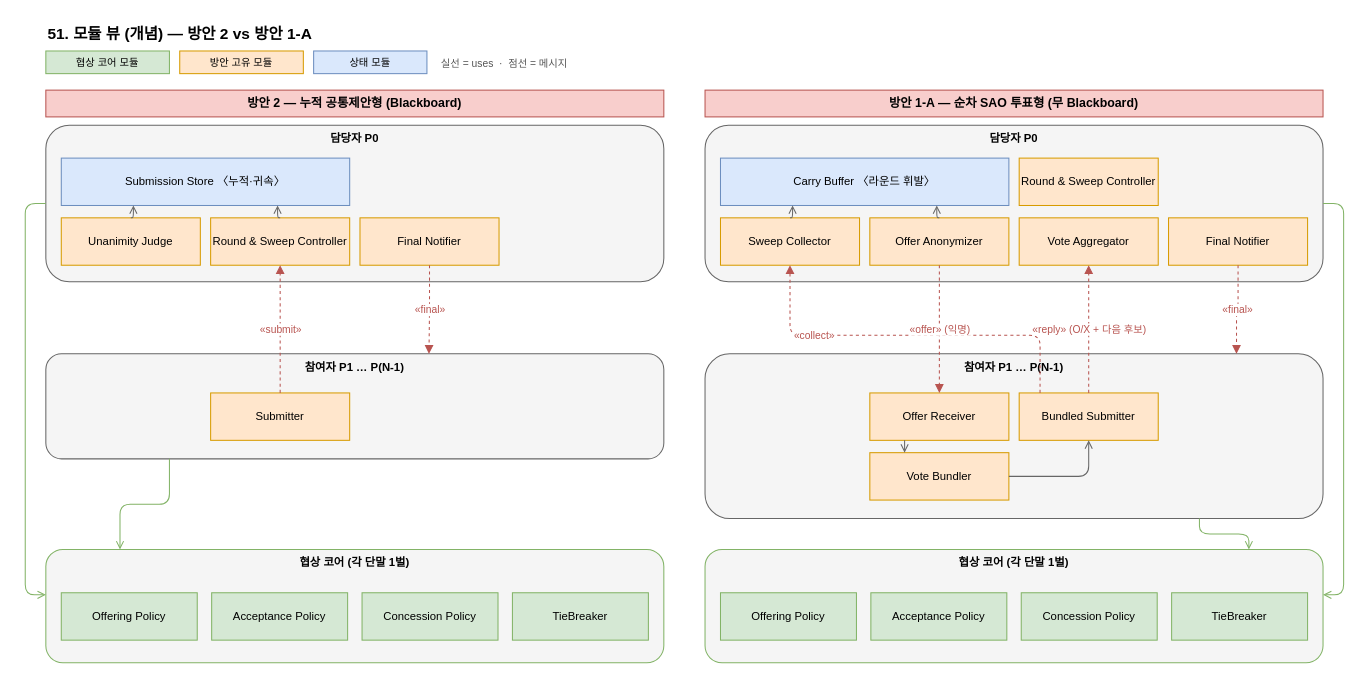
The draw.io diagram docs/changbae/drawio/51-모듈뷰-개념-방안2-방안1A.drawio in Sunwoo-Nam/architect-teamproject, before the edit. Source tidied: cells renumbered, new cells numbered last; positions are measured from the earlier drawing's top-left corner, leaving out a move shared by most shapes. Both pictures are drawn from the tidied source at 103%, with x=0, y=0 at pixel (25, 18).
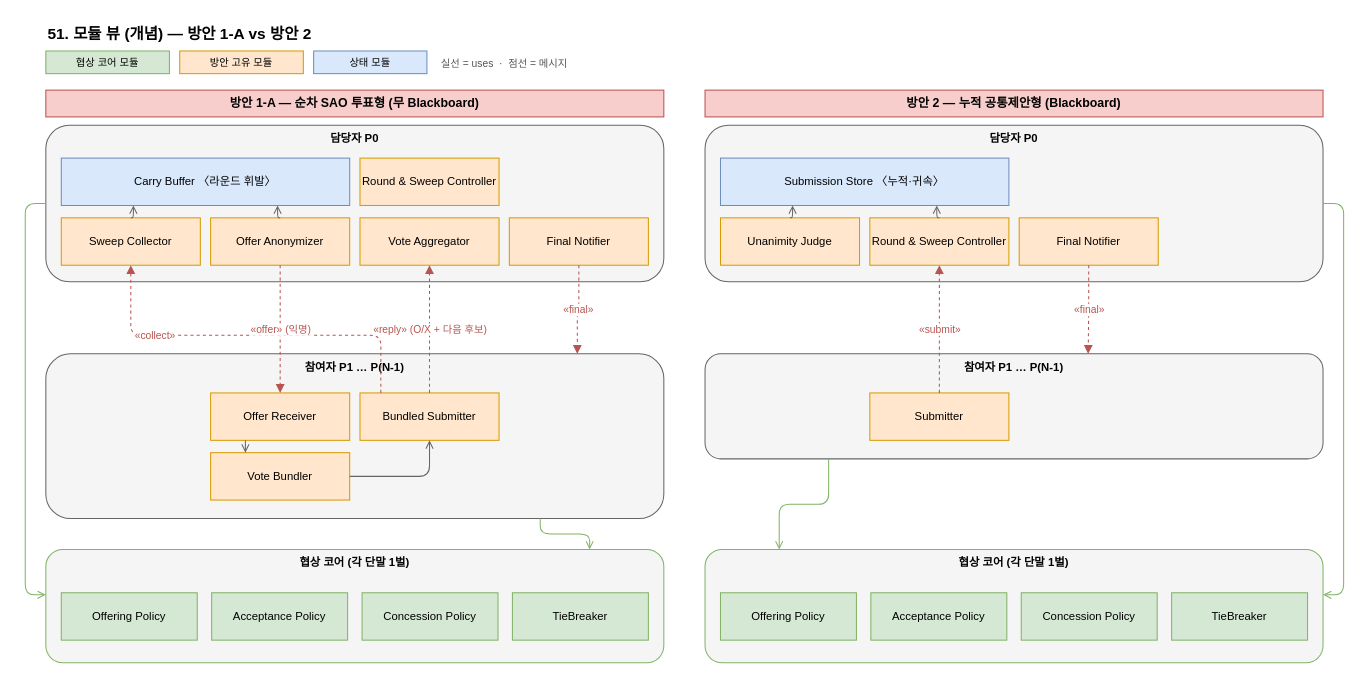
After the change.

The change refers to these unchanged cells:
```xml
<mxCell id="24" value="Sweep Collector" style="rounded=0;whiteSpace=wrap;html=1;fillColor=#ffe6cc;strokeColor=#d79b00;fontSize=11;" parent="21" vertex="1">
  <mxGeometry x="15" y="90" width="135" height="46" as="geometry" />
</mxCell>
<mxCell id="30" value="Bundled Submitter" style="rounded=0;whiteSpace=wrap;html=1;fillColor=#ffe6cc;strokeColor=#d79b00;fontSize=11;" parent="28" vertex="1">
  <mxGeometry x="305" y="38" width="135" height="46" as="geometry" />
</mxCell>
```

What changed in the source:
```diff
@@
-    <mxCell id="2" value="51. 모듈 뷰 (개념) — 방안 2 vs 방안 1-A" style="text;html=1;fontSize=15;fontStyle=1;align=left;" parent="1" vertex="1">
+    <mxCell id="2" value="51. 모듈 뷰 (개념) — 방안 1-A vs 방안 2" style="text;html=1;fontSize=15;fontStyle=1;align=left;" parent="1" vertex="1">
       <mxGeometry x="20" width="600" height="26" as="geometry" />
     </mxCell>
@@
     <mxCell id="7" value="방안 2 — 누적 공통제안형 (Blackboard)" style="rounded=0;whiteSpace=wrap;html=1;fillColor=#f8cecc;strokeColor=#b85450;fontStyle=1;fontSize=12;" parent="1" vertex="1">
-      <mxGeometry x="20" y="70" width="600" height="26" as="geometry" />
+      <mxGeometry x="660" y="70" width="600" height="26" as="geometry" />
     </mxCell>
     <mxCell id="8" value="담당자 P0" style="rounded=1;whiteSpace=wrap;html=1;verticalAlign=top;fontStyle=1;fontSize=11;fillColor=#f5f5f5;strokeColor=#666666;" parent="1" vertex="1">
-      <mxGeometry x="20" y="104" width="600" height="152" as="geometry" />
+      <mxGeometry x="660" y="104" width="600" height="152" as="geometry" />
     </mxCell>
@@
     <mxCell id="13" value="참여자 P1 … P(N-1)" style="rounded=1;whiteSpace=wrap;html=1;verticalAlign=top;fontStyle=1;fontSize=11;fillColor=#f5f5f5;strokeColor=#666666;" parent="1" vertex="1">
-      <mxGeometry x="20" y="326" width="600" height="102" as="geometry" />
+      <mxGeometry x="660" y="326" width="600" height="102" as="geometry" />
     </mxCell>
@@
     <mxCell id="15" value="협상 코어 (각 단말 1벌)" style="rounded=1;whiteSpace=wrap;html=1;verticalAlign=top;fontStyle=1;fontSize=11;fillColor=#f5f5f5;strokeColor=#82b366;" parent="1" vertex="1">
-      <mxGeometry x="20" y="516" width="600" height="110" as="geometry" />
+      <mxGeometry x="660" y="516" width="600" height="110" as="geometry" />
     </mxCell>
@@
     <mxCell id="20" value="방안 1-A — 순차 SAO 투표형 (무 Blackboard)" style="rounded=0;whiteSpace=wrap;html=1;fillColor=#f8cecc;strokeColor=#b85450;fontStyle=1;fontSize=12;" parent="1" vertex="1">
-      <mxGeometry x="660" y="70" width="600" height="26" as="geometry" />
+      <mxGeometry x="20" y="70" width="600" height="26" as="geometry" />
     </mxCell>
     <mxCell id="21" value="담당자 P0" style="rounded=1;whiteSpace=wrap;html=1;verticalAlign=top;fontStyle=1;fontSize=11;fillColor=#f5f5f5;strokeColor=#666666;" parent="1" vertex="1">
-      <mxGeometry x="660" y="104" width="600" height="152" as="geometry" />
+      <mxGeometry x="20" y="104" width="600" height="152" as="geometry" />
     </mxCell>
@@
     <mxCell id="28" value="참여자 P1 … P(N-1)" style="rounded=1;whiteSpace=wrap;html=1;verticalAlign=top;fontStyle=1;fontSize=11;fillColor=#f5f5f5;strokeColor=#666666;" parent="1" vertex="1">
-      <mxGeometry x="660" y="326" width="600" height="160" as="geometry" />
+      <mxGeometry x="20" y="326" width="600" height="160" as="geometry" />
     </mxCell>
@@
     <mxCell id="32" value="협상 코어 (각 단말 1벌)" style="rounded=1;whiteSpace=wrap;html=1;verticalAlign=top;fontStyle=1;fontSize=11;fillColor=#f5f5f5;strokeColor=#82b366;" parent="1" vertex="1">
-      <mxGeometry x="660" y="516" width="600" height="110" as="geometry" />
+      <mxGeometry x="20" y="516" width="600" height="110" as="geometry" />
     </mxCell>
@@
     <mxCell id="39" value="«collect»" style="edgeStyle=orthogonalEdgeStyle;html=1;dashed=1;endArrow=block;strokeColor=#b85450;fontSize=10;fontColor=#b85450;exitX=0.15;exitY=0;exitDx=0;exitDy=0;entryX=0.5;entryY=1;entryDx=0;entryDy=0;" parent="1" edge="1" source="30" target="24">
       <mxGeometry x="0.5" relative="1" as="geometry">
         <Array as="points">
-          <mxPoint x="985" y="308" />
-          <mxPoint x="742" y="308" />
+          <mxPoint x="345" y="308" />
+          <mxPoint x="102" y="308" />
         </Array>
       </mxGeometry>
     </mxCell>
@@
-    <mxCell id="49" style="edgeStyle=orthogonalEdgeStyle;html=1;endArrow=open;strokeColor=#82b366;exitX=0;exitY=0.5;exitDx=0;exitDy=0;entryX=0;entryY=0.4;entryDx=0;entryDy=0;" parent="1" edge="1" source="8" target="15">
+    <mxCell id="49" style="edgeStyle=orthogonalEdgeStyle;html=1;endArrow=open;strokeColor=#82b366;exitX=1;exitY=0.5;exitDx=0;exitDy=0;entryX=1;entryY=0.4;entryDx=0;entryDy=0;" parent="1" edge="1" source="8" target="15">
       <mxGeometry relative="1" as="geometry">
         <Array as="points">
-          <mxPoint y="180" />
-          <mxPoint y="560" />
+          <mxPoint x="1280" y="180" />
+          <mxPoint x="1280" y="560" />
         </Array>
       </mxGeometry>
     </mxCell>
@@
-    <mxCell id="51" style="edgeStyle=orthogonalEdgeStyle;html=1;endArrow=open;strokeColor=#82b366;exitX=1;exitY=0.5;exitDx=0;exitDy=0;entryX=1;entryY=0.4;entryDx=0;entryDy=0;" parent="1" edge="1" source="21" target="32">
+    <mxCell id="51" style="edgeStyle=orthogonalEdgeStyle;html=1;endArrow=open;strokeColor=#82b366;exitX=0;exitY=0.5;exitDx=0;exitDy=0;entryX=0;entryY=0.4;entryDx=0;entryDy=0;" parent="1" edge="1" source="21" target="32">
       <mxGeometry relative="1" as="geometry">
         <Array as="points">
-          <mxPoint x="1280" y="180" />
-          <mxPoint x="1280" y="560" />
+          <mxPoint y="180" />
+          <mxPoint y="560" />
         </Array>
       </mxGeometry>
     </mxCell>
```
